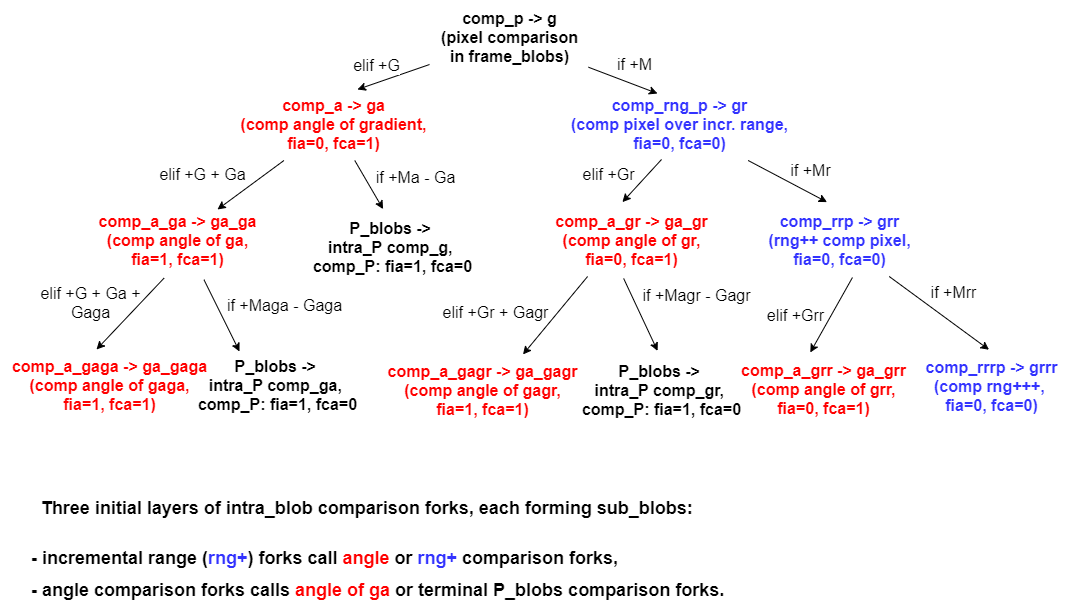
The draw.io diagram frame_2D_alg/Illustrations/intra_blob_scheme.png in boris-kz/CogAlg, before a commit. Source tidied: cells renumbered, new cells last; positions are measured from the earlier drawing's top-left corner, leaving out a move shared by most shapes.
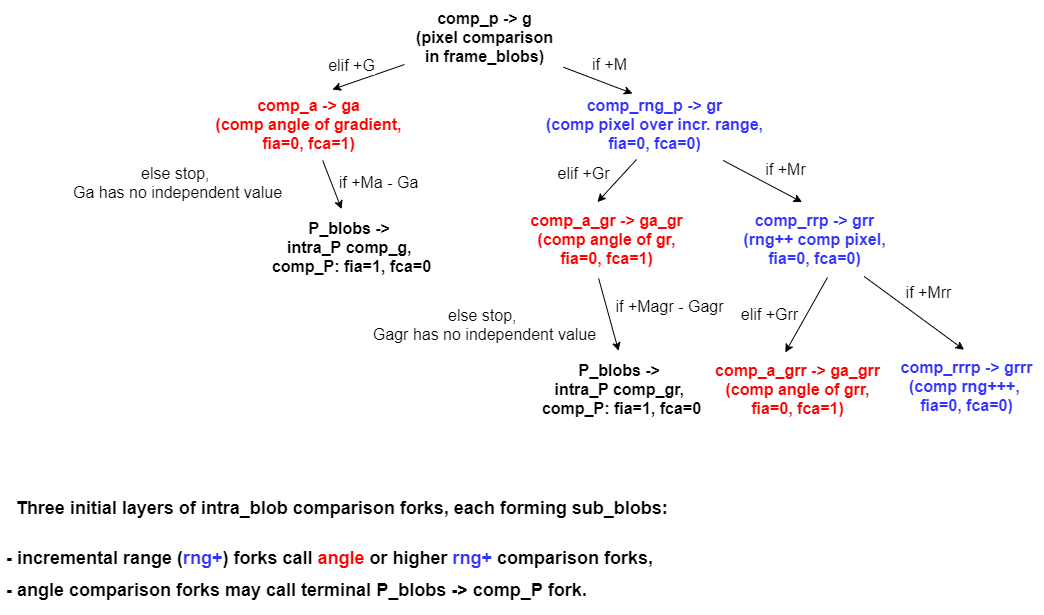
After the commit.

Commit message:
Chee added a_depth, proposed new ga computation in comp_a, minor edits.

Change to the diagram source:
```diff
@@ -24,17 +24,11 @@
     <mxCell id="7" value="&lt;b style=&quot;font-size: 16px&quot;&gt;&lt;font style=&quot;font-size: 16px&quot;&gt;&lt;span style=&quot;font-size: 16px ; background-color: rgb(255 , 255 , 255)&quot;&gt;&lt;font color=&quot;#ff0000&quot;&gt;comp_a -&amp;gt; ga&lt;br style=&quot;font-size: 16px&quot;&gt;(comp angle of gradient,&lt;br&gt;fia=0, fca=1)&lt;/font&gt;&lt;/span&gt;&lt;br style=&quot;font-size: 16px&quot;&gt;&lt;/font&gt;&lt;/b&gt;" style="text;html=1;align=center;verticalAlign=middle;points=[];strokeWidth=1;fontSize=16;fontColor=#000000;spacing=6;" parent="1" vertex="1">
       <mxGeometry x="229" y="87" width="208" height="73" as="geometry" />
     </mxCell>
-    <mxCell id="8" style="endArrow=classic;html=1;strokeWidth=1;fontSize=16;fontColor=#000000;spacing=6;entryX=0.722;entryY=0.082;entryDx=0;entryDy=0;entryPerimeter=0;" parent="1" edge="1" source="7" target="9">
-      <mxGeometry relative="1" as="geometry" />
-    </mxCell>
-    <mxCell id="9" value="&lt;b style=&quot;font-size: 16px&quot;&gt;&lt;font style=&quot;font-size: 16px&quot;&gt;&lt;span style=&quot;font-size: 16px ; background-color: rgb(255 , 255 , 255)&quot;&gt;&lt;font color=&quot;#ff0000&quot;&gt;comp_a_ga -&amp;gt; ga_ga&lt;br style=&quot;font-size: 16px&quot;&gt;(comp angle of ga,&lt;br&gt;fia=1, fca=1)&lt;/font&gt;&lt;/span&gt;&lt;br style=&quot;font-size: 16px&quot;&gt;&lt;/font&gt;&lt;/b&gt;" style="text;html=1;align=center;verticalAlign=middle;points=[];strokeWidth=1;fontSize=16;fontColor=#000000;spacing=6;" parent="1" vertex="1">
-      <mxGeometry x="87" y="203" width="180" height="73" as="geometry" />
-    </mxCell>
     <mxCell id="10" style="endArrow=classic;html=1;strokeWidth=1;fontSize=16;fontColor=#000000;spacing=6;entryX=0.448;entryY=-0.019;entryDx=0;entryDy=0;entryPerimeter=0;" parent="1" edge="1" source="7" target="11">
       <mxGeometry relative="1" as="geometry" />
     </mxCell>
     <mxCell id="11" value="&lt;b style=&quot;font-size: 16px&quot;&gt;&lt;font style=&quot;font-size: 16px&quot;&gt;&lt;span style=&quot;font-size: 16px ; background-color: rgb(255 , 255 , 255)&quot;&gt;P_blobs -&amp;gt; &lt;br&gt;intra_P comp_g,&amp;nbsp;&lt;br&gt;comp_P: fia=1, fca=0&lt;/span&gt;&lt;br style=&quot;font-size: 16px&quot;&gt;&lt;/font&gt;&lt;/b&gt;" style="text;html=1;align=center;verticalAlign=middle;points=[];strokeWidth=1;fontSize=16;fontColor=#000000;spacing=6;" parent="1" vertex="1">
-      <mxGeometry x="301.5" y="210" width="181" height="73" as="geometry" />
+      <mxGeometry x="285" y="210" width="181" height="73" as="geometry" />
     </mxCell>
     <mxCell id="12" style="endArrow=classic;html=1;strokeWidth=1;fontSize=16;fontColor=#000000;spacing=6;entryX=0.451;entryY=-0.019;entryDx=0;entryDy=0;entryPerimeter=0;exitX=0.427;exitY=0.986;exitDx=0;exitDy=0;exitPerimeter=0;" parent="1" edge="1" source="6" target="13">
       <mxGeometry relative="1" as="geometry" />
@@ -48,25 +42,6 @@
     <mxCell id="15" value="&lt;font style=&quot;font-size: 16px&quot;&gt;&lt;b style=&quot;font-size: 16px&quot;&gt;&lt;span style=&quot;font-size: 16px ; background-color: rgb(255 , 255 , 255)&quot;&gt;&lt;font color=&quot;#3333ff&quot;&gt;comp_rrp -&amp;gt; grr&lt;br style=&quot;font-size: 16px&quot;&gt;(&lt;/font&gt;&lt;/span&gt;&lt;/b&gt;&lt;b&gt;&lt;span style=&quot;background-color: rgb(255 , 255 , 255)&quot;&gt;&lt;font color=&quot;#3333ff&quot;&gt;rng++ comp&amp;nbsp;&lt;/font&gt;&lt;/span&gt;&lt;/b&gt;&lt;b style=&quot;font-size: 16px&quot;&gt;&lt;span style=&quot;font-size: 16px ; background-color: rgb(255 , 255 , 255)&quot;&gt;&lt;font color=&quot;#3333ff&quot;&gt;pixel,&lt;br&gt;fia=0, fca=0)&lt;/font&gt;&lt;/span&gt;&lt;br style=&quot;font-size: 16px&quot;&gt;&lt;/b&gt;&lt;/font&gt;" style="text;html=1;align=center;verticalAlign=middle;points=[];strokeWidth=1;fontSize=16;fontColor=#000000;spacing=6;" parent="1" vertex="1">
       <mxGeometry x="757" y="203" width="164" height="73" as="geometry" />
     </mxCell>
-    <mxCell id="16" style="endArrow=classic;html=1;strokeWidth=1;fontSize=16;fontColor=#000000;spacing=6;exitX=0.425;exitY=1.023;exitDx=0;exitDy=0;exitPerimeter=0;" parent="1" edge="1" source="9">
-      <mxGeometry relative="1" as="geometry">
-        <mxPoint x="96" y="349" as="targetPoint" />
-      </mxGeometry>
-    </mxCell>
-    <mxCell id="17" value="&lt;b style=&quot;font-size: 16px&quot;&gt;&lt;font style=&quot;font-size: 16px&quot;&gt;&lt;span style=&quot;font-size: 16px ; background-color: rgb(255 , 255 , 255)&quot;&gt;&lt;font color=&quot;#ff0000&quot;&gt;comp_a_gaga&amp;nbsp;-&amp;gt; ga_gaga&lt;br style=&quot;font-size: 16px&quot;&gt;(comp angle of gaga,&lt;br&gt;fia=1, fca=1)&lt;/font&gt;&lt;/span&gt;&lt;br style=&quot;font-size: 16px&quot;&gt;&lt;/font&gt;&lt;/b&gt;" style="text;html=1;align=center;verticalAlign=middle;fontSize=16;fontColor=#000000;spacing=6;spacingTop=0;" parent="1" vertex="1">
-      <mxGeometry y="348.8" width="217" height="73" as="geometry" />
-    </mxCell>
-    <mxCell id="18" style="endArrow=classic;html=1;strokeWidth=1;fontSize=16;fontColor=#000000;spacing=6;exitX=0.647;exitY=1.044;exitDx=0;exitDy=0;exitPerimeter=0;" parent="1" edge="1" source="9">
-      <mxGeometry relative="1" as="geometry">
-        <mxPoint x="239" y="351" as="targetPoint" />
-      </mxGeometry>
-    </mxCell>
-    <mxCell id="19" value="&lt;b&gt;&lt;span style=&quot;background-color: rgb(255 , 255 , 255)&quot;&gt;P_blobs -&amp;gt;&amp;nbsp;&lt;br&gt;&lt;/span&gt;&lt;/b&gt;&lt;b&gt;&lt;span style=&quot;background-color: rgb(255 , 255 , 255)&quot;&gt;intra_P&amp;nbsp;&lt;/span&gt;&lt;/b&gt;&lt;b&gt;&lt;span style=&quot;background-color: rgb(255 , 255 , 255)&quot;&gt;comp_ga,&amp;nbsp;&lt;br&gt;comp_P&lt;/span&gt;&lt;/b&gt;&lt;b&gt;&lt;span style=&quot;background-color: rgb(255 , 255 , 255)&quot;&gt;: fia=1, fca=0&lt;/span&gt;&lt;/b&gt;&lt;b style=&quot;font-size: 16px&quot;&gt;&lt;font style=&quot;font-size: 16px&quot;&gt;&lt;br style=&quot;font-size: 16px&quot;&gt;&lt;/font&gt;&lt;/b&gt;" style="text;html=1;align=center;verticalAlign=middle;strokeWidth=1;fontSize=16;fontColor=#000000;spacing=6;spacingTop=0;" parent="1" vertex="1">
-      <mxGeometry x="186" y="348.8" width="181" height="73" as="geometry" />
-    </mxCell>
-    <mxCell id="20" style="endArrow=classic;html=1;strokeWidth=1;fontSize=16;fontColor=#000000;spacing=6;exitX=0.252;exitY=1;exitDx=0;exitDy=0;exitPerimeter=0;entryX=0.691;entryY=0.013;entryDx=0;entryDy=0;entryPerimeter=0;" parent="1" edge="1" source="13" target="24">
-      <mxGeometry relative="1" as="geometry" />
-    </mxCell>
     <mxCell id="21" style="endArrow=classic;html=1;strokeWidth=1;fontSize=16;fontColor=#000000;entryX=0.481;entryY=-0.036;entryDx=0;entryDy=0;entryPerimeter=0;spacing=6;exitX=0.458;exitY=1.027;exitDx=0;exitDy=0;exitPerimeter=0;" parent="1" edge="1" source="13" target="25">
       <mxGeometry relative="1" as="geometry" />
     </mxCell>
@@ -76,11 +51,8 @@
     <mxCell id="23" style="endArrow=classic;html=1;strokeWidth=1;fontSize=16;fontColor=#000000;spacing=6;entryX=0.432;entryY=-0.007;entryDx=0;entryDy=0;entryPerimeter=0;exitX=0.579;exitY=1.014;exitDx=0;exitDy=0;exitPerimeter=0;" parent="1" edge="1" source="15" target="26">
       <mxGeometry relative="1" as="geometry" />
     </mxCell>
-    <mxCell id="24" value="&lt;b style=&quot;font-size: 16px&quot;&gt;&lt;font style=&quot;font-size: 16px&quot;&gt;&lt;span style=&quot;font-size: 16px ; background-color: rgb(255 , 255 , 255)&quot;&gt;&lt;font color=&quot;#ff0000&quot;&gt;comp_a_gagr&amp;nbsp;-&amp;gt;&amp;nbsp;ga_gagr&lt;br style=&quot;font-size: 16px&quot;&gt;(comp angle of gagr,&lt;br&gt;fia=1, fca=1)&lt;/font&gt;&lt;/span&gt;&lt;br style=&quot;font-size: 16px&quot;&gt;&lt;/font&gt;&lt;/b&gt;" style="text;html=1;align=center;verticalAlign=middle;points=[];strokeWidth=1;fontSize=16;fontColor=#000000;spacing=6;spacingTop=0;" parent="1" vertex="1">
-      <mxGeometry x="376" y="353" width="212" height="73" as="geometry" />
-    </mxCell>
     <mxCell id="25" value="&lt;b&gt;&lt;span style=&quot;background-color: rgb(255 , 255 , 255)&quot;&gt;P_blobs -&amp;gt;&amp;nbsp;&lt;br&gt;&lt;/span&gt;&lt;/b&gt;&lt;b&gt;&lt;span style=&quot;background-color: rgb(255 , 255 , 255)&quot;&gt;intra_P&amp;nbsp;&lt;/span&gt;&lt;/b&gt;&lt;b&gt;&lt;span style=&quot;background-color: rgb(255 , 255 , 255)&quot;&gt;comp_gr,&amp;nbsp;&lt;br&gt;comp_P&lt;/span&gt;&lt;/b&gt;&lt;b&gt;&lt;span style=&quot;background-color: rgb(255 , 255 , 255)&quot;&gt;: fia=1, fca=0&lt;/span&gt;&lt;/b&gt;&lt;b style=&quot;font-size: 16px&quot;&gt;&lt;font style=&quot;font-size: 16px&quot;&gt;&lt;br style=&quot;font-size: 16px&quot;&gt;&lt;/font&gt;&lt;/b&gt;" style="text;html=1;align=center;verticalAlign=middle;points=[];strokeWidth=1;fontSize=16;fontColor=#000000;spacing=6;" parent="1" vertex="1">
-      <mxGeometry x="570" y="353" width="181" height="73" as="geometry" />
+      <mxGeometry x="556" y="353" width="181" height="73" as="geometry" />
     </mxCell>
     <mxCell id="26" value="&lt;b style=&quot;font-size: 16px&quot;&gt;&lt;font style=&quot;font-size: 16px&quot;&gt;&lt;span style=&quot;font-size: 16px ; background-color: rgb(255 , 255 , 255)&quot;&gt;&lt;font color=&quot;#ff0000&quot;&gt;comp_a_grr&amp;nbsp;-&amp;gt; ga_grr&lt;br style=&quot;font-size: 16px&quot;&gt;(comp angle of grr,&lt;br&gt;fia=0, fca=1)&lt;/font&gt;&lt;/span&gt;&lt;br style=&quot;font-size: 16px&quot;&gt;&lt;/font&gt;&lt;/b&gt;" style="text;html=1;align=center;verticalAlign=middle;points=[];strokeWidth=1;fontSize=16;fontColor=#000000;spacing=6;spacingTop=0;" parent="1" vertex="1">
       <mxGeometry x="729" y="352.5" width="187" height="73" as="geometry" />
@@ -88,17 +60,17 @@
     <mxCell id="27" value="&lt;b style=&quot;font-size: 16px&quot;&gt;&lt;font style=&quot;font-size: 16px&quot;&gt;&lt;span style=&quot;font-size: 16px ; background-color: rgb(255 , 255 , 255)&quot;&gt;&lt;font color=&quot;#3333ff&quot;&gt;comp_rrrp&amp;nbsp;-&amp;gt; grrr&lt;br style=&quot;font-size: 16px&quot;&gt;(comp&amp;nbsp;&lt;/font&gt;&lt;/span&gt;&lt;/font&gt;&lt;/b&gt;&lt;b&gt;&lt;span style=&quot;background-color: rgb(255 , 255 , 255)&quot;&gt;&lt;font color=&quot;#3333ff&quot;&gt;rng+++,&lt;/font&gt;&lt;/span&gt;&lt;/b&gt;&lt;b style=&quot;font-size: 16px&quot;&gt;&lt;font style=&quot;font-size: 16px&quot;&gt;&lt;span style=&quot;font-size: 16px ; background-color: rgb(255 , 255 , 255)&quot;&gt;&lt;font color=&quot;#3333ff&quot;&gt;&amp;nbsp;&lt;br&gt;fia=0, fca=0)&lt;br style=&quot;font-size: 16px&quot;&gt;&lt;/font&gt;&lt;/span&gt;&lt;br style=&quot;font-size: 16px&quot;&gt;&lt;/font&gt;&lt;/b&gt;" style="text;html=1;align=center;verticalAlign=middle;points=[];strokeWidth=1;fontSize=16;fontColor=#000000;spacing=6;" parent="1" vertex="1">
       <mxGeometry x="914" y="348.8" width="154" height="92" as="geometry" />
     </mxCell>
-    <mxCell id="28" value="&lt;p style=&quot;font-size: 18px&quot;&gt;&lt;b&gt;&lt;font style=&quot;font-size: 17px ; line-height: 180%&quot;&gt;&amp;nbsp;&lt;/font&gt;&lt;font style=&quot;line-height: 180% ; font-size: 18px&quot;&gt;&amp;nbsp;Three initial layers of intra_blob comparison forks, each forming sub_blobs:&lt;/font&gt;&lt;/b&gt;&lt;/p&gt;&lt;b style=&quot;font-size: 18px&quot;&gt;&lt;font style=&quot;line-height: 180% ; font-size: 18px&quot;&gt;- incremental range (&lt;font color=&quot;#3333ff&quot;&gt;rng+&lt;/font&gt;)&amp;nbsp;forks call&amp;nbsp;&lt;font style=&quot;background-color: rgb(255 , 255 , 255)&quot; color=&quot;#ff0000&quot;&gt;angle&amp;nbsp;&lt;/font&gt;or&amp;nbsp;&lt;span style=&quot;background-color: rgb(255 , 255 , 255)&quot;&gt;&lt;font color=&quot;#3333ff&quot;&gt;rng+&lt;/font&gt;&lt;/span&gt;&lt;span style=&quot;background-color: rgb(255 , 255 , 255)&quot;&gt;&lt;span&gt;&amp;nbsp;comparison forks,&lt;br&gt;&lt;/span&gt;&lt;/span&gt;- angle comparison forks calls&amp;nbsp;&lt;font color=&quot;#ff0000&quot; style=&quot;background-color: rgb(255 , 255 , 255)&quot;&gt;angle of ga&lt;/font&gt;&amp;nbsp;or terminal P_blobs comparison forks.&lt;/font&gt;&lt;/b&gt;" style="text;html=1;align=left;verticalAlign=middle;fontSize=16;fontColor=#000000;spacing=6;" parent="1" vertex="1">
-      <mxGeometry x="25" y="465" width="715" height="148" as="geometry" />
+    <mxCell id="28" value="&lt;p style=&quot;font-size: 18px&quot;&gt;&lt;b&gt;&lt;font style=&quot;font-size: 17px ; line-height: 180%&quot;&gt;&amp;nbsp;&lt;/font&gt;&lt;font style=&quot;line-height: 180% ; font-size: 18px&quot;&gt;&amp;nbsp;Three initial layers of intra_blob comparison forks, each forming sub_blobs:&lt;/font&gt;&lt;/b&gt;&lt;/p&gt;&lt;b style=&quot;font-size: 18px&quot;&gt;&lt;font style=&quot;line-height: 180% ; font-size: 18px&quot;&gt;- incremental range (&lt;font color=&quot;#3333ff&quot;&gt;rng+&lt;/font&gt;)&amp;nbsp;forks call&amp;nbsp;&lt;font style=&quot;background-color: rgb(255 , 255 , 255)&quot; color=&quot;#ff0000&quot;&gt;angle&amp;nbsp;&lt;/font&gt;or higher&amp;nbsp;&lt;span style=&quot;background-color: rgb(255 , 255 , 255)&quot;&gt;&lt;font color=&quot;#3333ff&quot;&gt;rng+&lt;/font&gt;&lt;/span&gt;&lt;span style=&quot;background-color: rgb(255 , 255 , 255)&quot;&gt;&lt;span&gt;&amp;nbsp;comparison forks,&lt;br&gt;&lt;/span&gt;&lt;/span&gt;- angle comparison forks may call&amp;nbsp;terminal P_blobs -&amp;gt; comp_P fork.&lt;/font&gt;&lt;/b&gt;" style="text;html=1;align=left;verticalAlign=middle;fontSize=16;fontColor=#000000;spacing=6;" parent="1" vertex="1">
+      <mxGeometry x="25" y="465" width="684" height="148" as="geometry" />
     </mxCell>
     <mxCell id="29" value="if +M" style="text;html=1;align=center;verticalAlign=middle;fontSize=16;" parent="1" vertex="1">
       <mxGeometry x="611" y="52" width="45" height="23" as="geometry" />
     </mxCell>
-    <mxCell id="30" value="elif +G + Ga" style="text;html=1;align=center;verticalAlign=middle;fontSize=16;" parent="1" vertex="1">
-      <mxGeometry x="154" y="162" width="96" height="23" as="geometry" />
+    <mxCell id="30" value="else stop,&amp;nbsp;&lt;br&gt;Ga has no independent value" style="text;html=1;align=center;verticalAlign=middle;fontSize=16;" parent="1" vertex="1">
+      <mxGeometry x="92" y="161" width="219" height="42" as="geometry" />
     </mxCell>
     <mxCell id="31" value="if +Ma - Ga" style="text;html=1;align=center;verticalAlign=middle;fontSize=16;" parent="1" vertex="1">
-      <mxGeometry x="370" y="165" width="90" height="23" as="geometry" />
+      <mxGeometry x="358" y="170.5" width="90" height="23" as="geometry" />
     </mxCell>
     <mxCell id="32" value="elif +Gr" style="text;html=1;align=center;verticalAlign=middle;fontSize=16;" parent="1" vertex="1">
       <mxGeometry x="577" y="162" width="62" height="23" as="geometry" />
@@ -106,17 +78,11 @@
     <mxCell id="33" value="if +Mr" style="text;html=1;align=center;verticalAlign=middle;fontSize=16;" parent="1" vertex="1">
       <mxGeometry x="785" y="158" width="50" height="23" as="geometry" />
     </mxCell>
-    <mxCell id="34" value="elif +G + Ga +&lt;br&gt;Gaga" style="text;html=1;align=center;verticalAlign=middle;fontSize=16;" parent="1" vertex="1">
-      <mxGeometry x="35" y="281" width="110" height="42" as="geometry" />
-    </mxCell>
-    <mxCell id="35" value="if +Maga - Gaga" style="text;html=1;align=center;verticalAlign=middle;fontSize=16;" parent="1" vertex="1">
-      <mxGeometry x="221" y="293" width="125" height="23" as="geometry" />
-    </mxCell>
-    <mxCell id="36" value="elif +Gr + Gagr" style="text;html=1;align=center;verticalAlign=middle;fontSize=16;" parent="1" vertex="1">
-      <mxGeometry x="437" y="300" width="116" height="23" as="geometry" />
+    <mxCell id="36" value="else stop,&amp;nbsp;&lt;br&gt;Gagr has no independent value" style="text;html=1;align=center;verticalAlign=middle;fontSize=16;" parent="1" vertex="1">
+      <mxGeometry x="392" y="303" width="233" height="42" as="geometry" />
     </mxCell>
     <mxCell id="37" value="if +Magr - Gagr" style="text;html=1;align=center;verticalAlign=middle;fontSize=16;" parent="1" vertex="1">
-      <mxGeometry x="637" y="283" width="118" height="23" as="geometry" />
+      <mxGeometry x="635" y="294" width="118" height="23" as="geometry" />
     </mxCell>
     <mxCell id="38" value="elif +Grr" style="text;html=1;align=center;verticalAlign=middle;fontSize=16;" parent="1" vertex="1">
       <mxGeometry x="761" y="303" width="67" height="23" as="geometry" />
```
